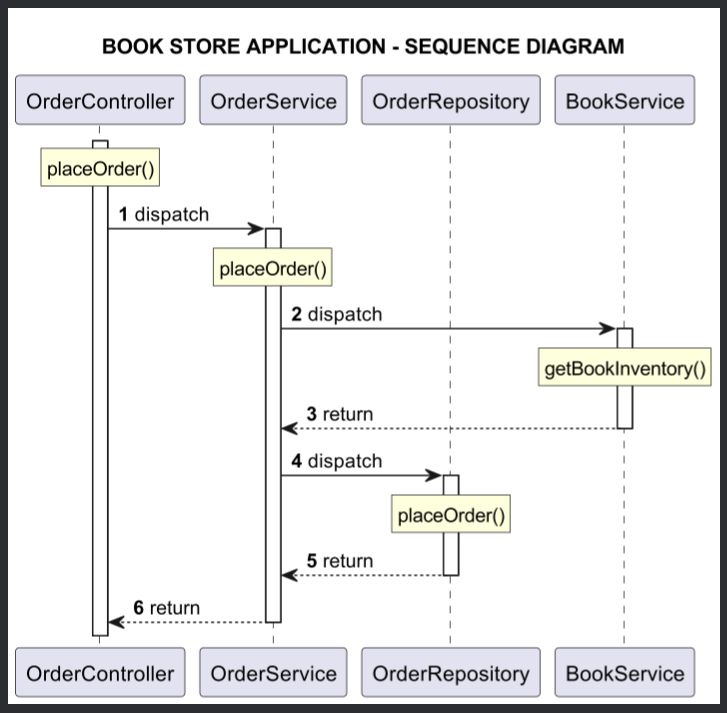
The PlantUML diagram assets/SequenceDiagram.png in longnca/bookstore-java-app-project, before a commit. Its source is kept beside it as assets/SequenceDiagram.puml. The source it was exported from:
```plantuml
@startuml

autonumber
title BOOK STORE APPLICATION - SEQUENCE DIAGRAM

participant OrderController as Foo
participant OrderService as Foo1
participant OrderRepository as Foo2
participant BookService as Foo3

rnote over Foo: placeOrder()
activate Foo
Foo -> Foo1: dispatch
activate Foo1
rnote over Foo1: placeOrder()
Foo1 -> Foo3: dispatch
activate Foo3
rnote over Foo3: getBookInventory()
Foo1 <-- Foo3: return
deactivate Foo3
Foo1 -> Foo2: dispatch
activate Foo2
rnote over Foo2: placeOrder()
Foo1 <-- Foo2: return
deactivate Foo2
Foo <-- Foo1: return
deactivate Foo1

@enduml
```
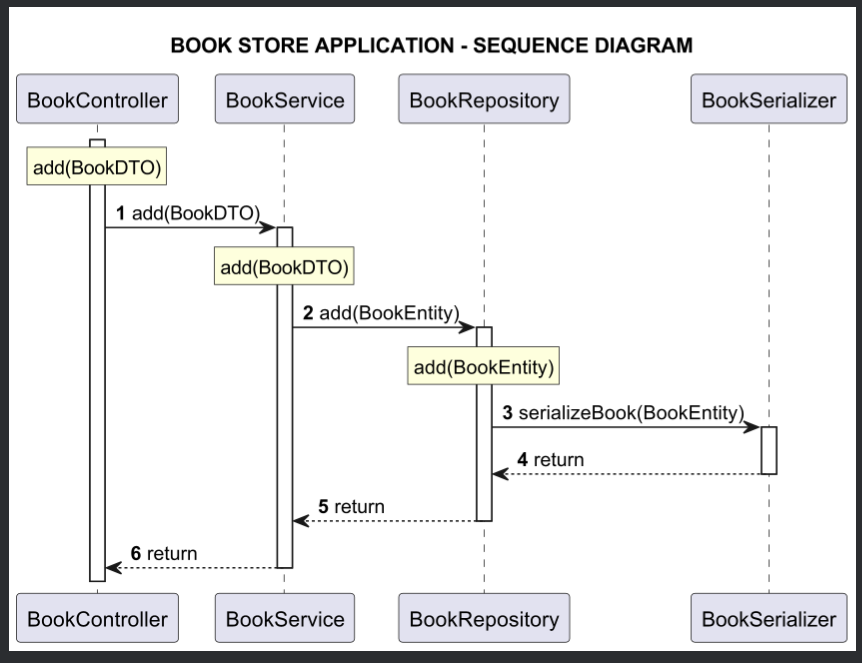
After the commit.

The edit, as a diff of the source:
```diff
@@ -3,27 +3,26 @@
 autonumber
 title BOOK STORE APPLICATION - SEQUENCE DIAGRAM
 
-participant OrderController as Foo
-participant OrderService as Foo1
-participant OrderRepository as Foo2
-participant BookService as Foo3
+participant BookController as BookController
+participant BookService as BookServiceImpl
+participant BookRepository as BookRepositoryImpl
+participant BookSerializer as BookSerializer
 
-rnote over Foo: placeOrder()
-activate Foo
-Foo -> Foo1: dispatch
-activate Foo1
-rnote over Foo1: placeOrder()
-Foo1 -> Foo3: dispatch
-activate Foo3
-rnote over Foo3: getBookInventory()
-Foo1 <-- Foo3: return
-deactivate Foo3
-Foo1 -> Foo2: dispatch
-activate Foo2
-rnote over Foo2: placeOrder()
-Foo1 <-- Foo2: return
-deactivate Foo2
-Foo <-- Foo1: return
-deactivate Foo1
+rnote over BookController: add(BookDTO)
+activate BookController
+BookController -> BookServiceImpl: add(BookDTO)
+activate BookServiceImpl
+rnote over BookServiceImpl: add(BookDTO)
+BookServiceImpl -> BookRepositoryImpl: add(BookEntity)
+activate BookRepositoryImpl
+rnote over BookRepositoryImpl: add(BookEntity)
+BookRepositoryImpl -> BookSerializer: serializeBook(BookEntity)
+activate BookSerializer
+BookRepositoryImpl <-- BookSerializer: return
+deactivate BookSerializer
+BookServiceImpl <-- BookRepositoryImpl: return
+deactivate BookRepositoryImpl
+BookController <-- BookServiceImpl: return
+deactivate BookServiceImpl
 
 @enduml
```
